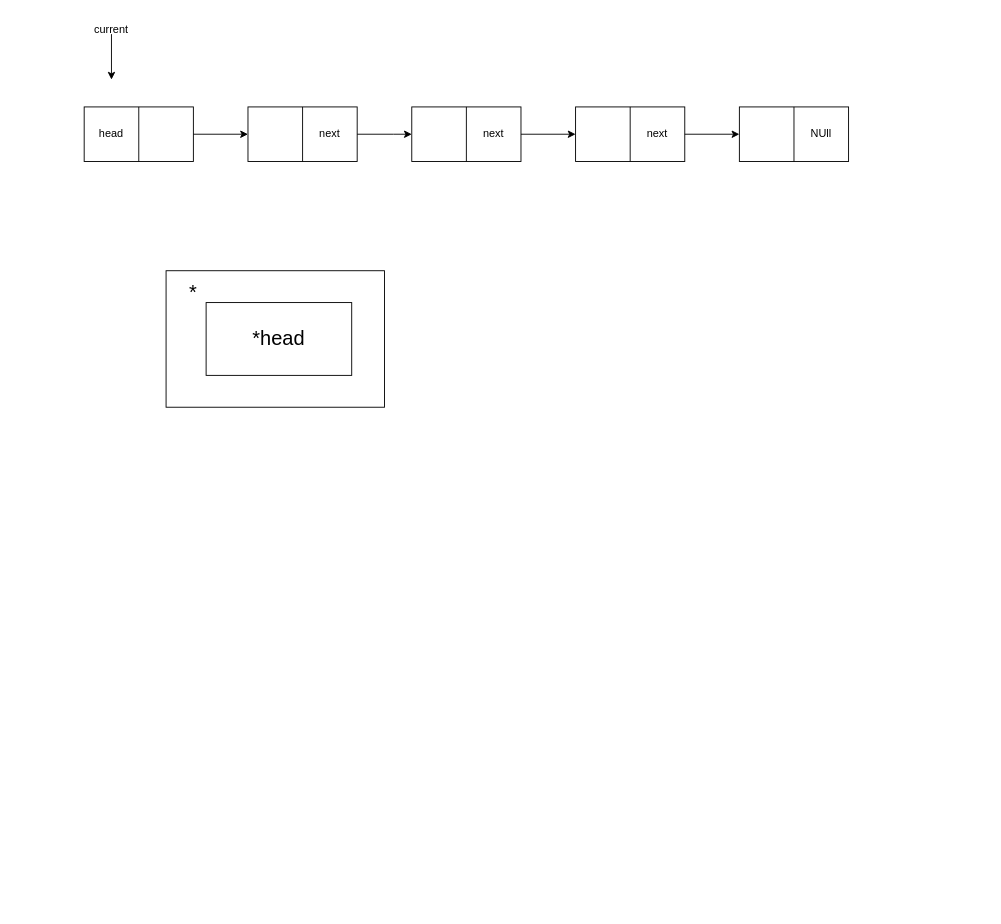
Earlier version of the draw.io diagram C语言学习.drawio (yyy-router/drawio). Source tidied: cells renumbered, new cells numbered last; positions are measured from the earlier drawing's top-left corner, leaving out a move shared by most shapes. Both pictures are drawn from the tidied source at 91%, with x=0, y=0 at pixel (84, 15).
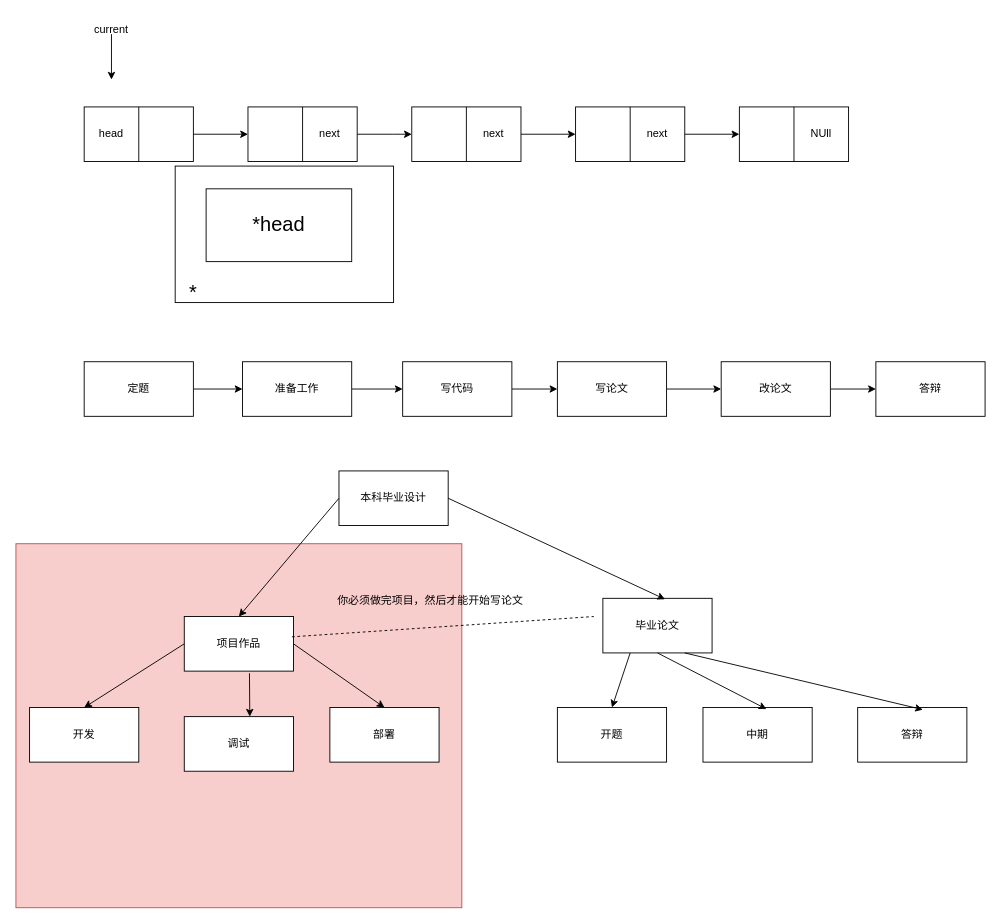
The same diagram, later.

Commit message:
更新C语言学习.drawio

What changed in the source:
```diff
@@
+    <mxCell id="32" style="rounded=0;whiteSpace=wrap;html=1;fillColor=#f8cecc;strokeColor=#b85450;" parent="1" vertex="1">
+      <mxGeometry x="-75" y="580" width="490" height="400" as="geometry" />
+    </mxCell>
@@
     <mxCell id="29" style="rounded=0;whiteSpace=wrap;html=1;" parent="1" vertex="1">
-      <mxGeometry x="90" y="280" width="240" height="150" as="geometry" />
+      <mxGeometry x="100" y="165" width="240" height="150" as="geometry" />
     </mxCell>
     <mxCell id="30" value="&lt;font style=&quot;font-size: 22px;&quot;&gt;*head&lt;/font&gt;" style="rounded=0;whiteSpace=wrap;html=1;" parent="1" vertex="1">
-      <mxGeometry x="134" y="315" width="160" height="80" as="geometry" />
+      <mxGeometry x="134" y="190" width="160" height="80" as="geometry" />
     </mxCell>
@@
+    <mxCell id="33" value="本科毕业设计" style="rounded=0;whiteSpace=wrap;html=1;" parent="1" vertex="1">
+      <mxGeometry x="280" y="500" width="120" height="60" as="geometry" />
+    </mxCell>
+    <mxCell id="34" value="项目作品" style="rounded=0;whiteSpace=wrap;html=1;" parent="1" vertex="1">
+      <mxGeometry x="110" y="660" width="120" height="60" as="geometry" />
+    </mxCell>
+    <mxCell id="35" value="毕业论文" style="rounded=0;whiteSpace=wrap;html=1;" parent="1" vertex="1">
+      <mxGeometry x="570" y="640" width="120" height="60" as="geometry" />
+    </mxCell>
+    <mxCell id="36" style="endArrow=classic;html=1;rounded=0;exitX=0;exitY=0.5;exitDx=0;exitDy=0;entryX=0.5;entryY=0;entryDx=0;entryDy=0;" parent="1" edge="1" source="33" target="34">
+      <mxGeometry relative="1" as="geometry" />
+    </mxCell>
+    <mxCell id="37" style="endArrow=classic;html=1;rounded=0;exitX=1;exitY=0.5;exitDx=0;exitDy=0;entryX=0.569;entryY=0.017;entryDx=0;entryDy=0;entryPerimeter=0;" parent="1" edge="1" source="33" target="35">
+      <mxGeometry relative="1" as="geometry" />
+    </mxCell>
+    <mxCell id="38" value="开发" style="rounded=0;whiteSpace=wrap;html=1;" parent="1" vertex="1">
+      <mxGeometry x="-60" y="760" width="120" height="60" as="geometry" />
+    </mxCell>
+    <mxCell id="39" value="调试" style="rounded=0;whiteSpace=wrap;html=1;" parent="1" vertex="1">
+      <mxGeometry x="110" y="770" width="120" height="60" as="geometry" />
+    </mxCell>
+    <mxCell id="40" value="部署" style="rounded=0;whiteSpace=wrap;html=1;" parent="1" vertex="1">
+      <mxGeometry x="270" y="760" width="120" height="60" as="geometry" />
+    </mxCell>
+    <mxCell id="41" style="endArrow=classic;html=1;rounded=0;exitX=0;exitY=0.5;exitDx=0;exitDy=0;entryX=0.5;entryY=0;entryDx=0;entryDy=0;" parent="1" edge="1" source="34" target="38">
+      <mxGeometry relative="1" as="geometry" />
+    </mxCell>
+    <mxCell id="42" style="endArrow=classic;html=1;rounded=0;exitX=0.597;exitY=1.039;exitDx=0;exitDy=0;exitPerimeter=0;" parent="1" edge="1" source="34">
+      <mxGeometry relative="1" as="geometry">
+        <mxPoint x="182" y="770" as="targetPoint" />
+      </mxGeometry>
+    </mxCell>
+    <mxCell id="43" style="endArrow=classic;html=1;rounded=0;exitX=1;exitY=0.5;exitDx=0;exitDy=0;entryX=0.5;entryY=0;entryDx=0;entryDy=0;" parent="1" edge="1" source="34" target="40">
+      <mxGeometry relative="1" as="geometry" />
+    </mxCell>
+    <mxCell id="44" style="endArrow=none;dashed=1;html=1;rounded=0;exitX=0.986;exitY=0.372;exitDx=0;exitDy=0;exitPerimeter=0;" parent="1" edge="1" source="34">
+      <mxGeometry relative="1" as="geometry">
+        <mxPoint x="560" y="660" as="targetPoint" />
+      </mxGeometry>
+    </mxCell>
+    <mxCell id="45" value="你必须做完项目，然后才能开始写论文" style="text;html=1;align=center;verticalAlign=middle;strokeColor=none;fillColor=none;" parent="1" vertex="1">
+      <mxGeometry x="265" y="628" width="230" height="30" as="geometry" />
+    </mxCell>
+    <mxCell id="46" value="开题" style="rounded=0;whiteSpace=wrap;html=1;" parent="1" vertex="1">
+      <mxGeometry x="520" y="760" width="120" height="60" as="geometry" />
+    </mxCell>
+    <mxCell id="47" value="中期" style="rounded=0;whiteSpace=wrap;html=1;" parent="1" vertex="1">
+      <mxGeometry x="680" y="760" width="120" height="60" as="geometry" />
+    </mxCell>
+    <mxCell id="48" value="答辩" style="rounded=0;whiteSpace=wrap;html=1;" parent="1" vertex="1">
+      <mxGeometry x="850" y="760" width="120" height="60" as="geometry" />
+    </mxCell>
+    <mxCell id="49" style="endArrow=classic;html=1;rounded=0;exitX=0.25;exitY=1;exitDx=0;exitDy=0;entryX=0.5;entryY=0;entryDx=0;entryDy=0;" parent="1" edge="1" source="35" target="46">
+      <mxGeometry relative="1" as="geometry" />
+    </mxCell>
+    <mxCell id="50" style="endArrow=classic;html=1;rounded=0;exitX=0.5;exitY=1;exitDx=0;exitDy=0;entryX=0.581;entryY=0.028;entryDx=0;entryDy=0;entryPerimeter=0;" parent="1" edge="1" source="35" target="47">
+      <mxGeometry relative="1" as="geometry" />
+    </mxCell>
+    <mxCell id="51" style="endArrow=classic;html=1;rounded=0;exitX=0.75;exitY=1;exitDx=0;exitDy=0;entryX=0.597;entryY=0.039;entryDx=0;entryDy=0;entryPerimeter=0;" parent="1" edge="1" source="35" target="48">
+      <mxGeometry relative="1" as="geometry" />
+    </mxCell>
+    <mxCell id="52" style="edgeStyle=orthogonalEdgeStyle;rounded=0;jettySize=auto;html=1;" parent="1" edge="1" source="53" target="55">
+      <mxGeometry relative="1" as="geometry" />
+    </mxCell>
+    <mxCell id="53" value="定题" style="rounded=0;whiteSpace=wrap;html=1;" parent="1" vertex="1">
+      <mxGeometry y="380" width="120" height="60" as="geometry" />
+    </mxCell>
+    <mxCell id="54" style="edgeStyle=orthogonalEdgeStyle;rounded=0;jettySize=auto;html=1;" parent="1" edge="1" source="55" target="57">
+      <mxGeometry relative="1" as="geometry" />
+    </mxCell>
+    <mxCell id="55" value="准备工作" style="rounded=0;whiteSpace=wrap;html=1;" parent="1" vertex="1">
+      <mxGeometry x="174" y="380" width="120" height="60" as="geometry" />
+    </mxCell>
+    <mxCell id="56" style="edgeStyle=orthogonalEdgeStyle;rounded=0;jettySize=auto;html=1;" parent="1" edge="1" source="57" target="59">
+      <mxGeometry relative="1" as="geometry" />
+    </mxCell>
+    <mxCell id="57" value="写代码" style="rounded=0;whiteSpace=wrap;html=1;" parent="1" vertex="1">
+      <mxGeometry x="350" y="380" width="120" height="60" as="geometry" />
+    </mxCell>
+    <mxCell id="58" style="edgeStyle=orthogonalEdgeStyle;rounded=0;jettySize=auto;html=1;" parent="1" edge="1" source="59" target="61">
+      <mxGeometry relative="1" as="geometry" />
+    </mxCell>
+    <mxCell id="59" value="写论文" style="rounded=0;whiteSpace=wrap;html=1;" parent="1" vertex="1">
+      <mxGeometry x="520" y="380" width="120" height="60" as="geometry" />
+    </mxCell>
+    <mxCell id="60" style="edgeStyle=orthogonalEdgeStyle;rounded=0;jettySize=auto;html=1;" parent="1" edge="1" source="61" target="62">
+      <mxGeometry relative="1" as="geometry" />
+    </mxCell>
+    <mxCell id="61" value="改论文" style="rounded=0;whiteSpace=wrap;html=1;" parent="1" vertex="1">
+      <mxGeometry x="700" y="380" width="120" height="60" as="geometry" />
+    </mxCell>
+    <mxCell id="62" value="答辩" style="rounded=0;whiteSpace=wrap;html=1;" parent="1" vertex="1">
+      <mxGeometry x="870" y="380" width="120" height="60" as="geometry" />
+    </mxCell>
```
